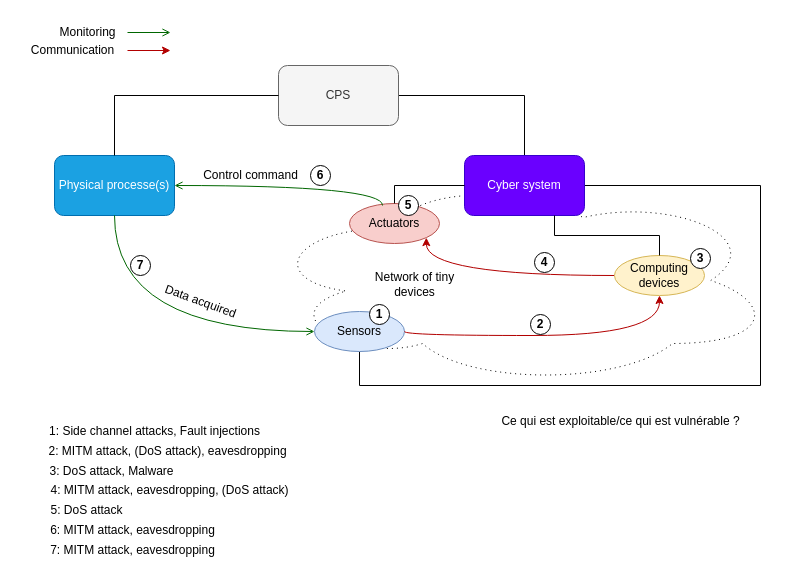
Zo-ey/lcis-internship keeps this draw.io diagram as page "Page-2" (2 of 2) of Documents/schemas/mind_map-cps.drawio. Above is the earlier version. Source tidied: cells renumbered, new cells numbered last; positions are measured from the earlier drawing's top-left corner, leaving out a move shared by most shapes. Both pictures are drawn from the tidied source at 100%, with x=0, y=0 at pixel (17, 17).
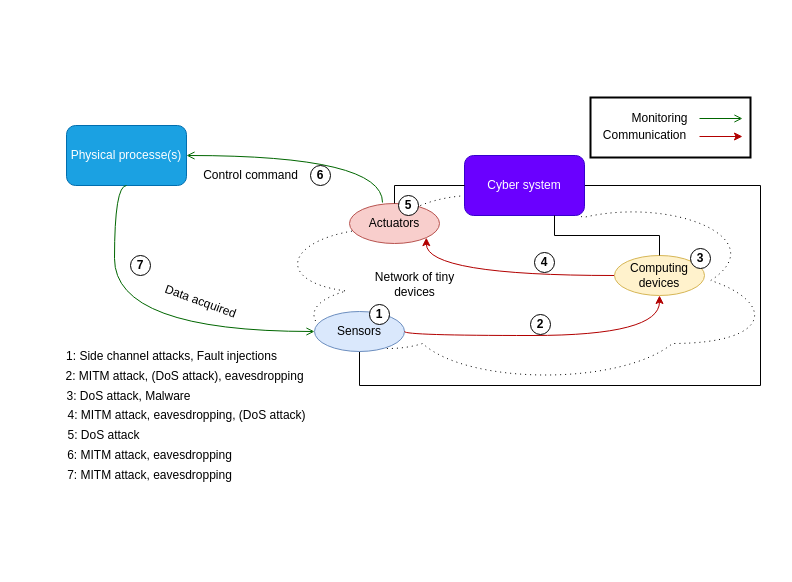
The same diagram, later.

The change refers to these unchanged cells:
```xml
<mxCell id="9" value="Cyber system" style="whiteSpace=wrap;html=1;fillColor=#6a00ff;strokeColor=#3700CC;rounded=1;fontColor=#ffffff;" parent="1" vertex="1">
  <mxGeometry x="447" y="138" width="120" height="60" as="geometry" />
</mxCell>
<mxCell id="11" value="Actuators" style="ellipse;whiteSpace=wrap;html=1;fillColor=#f8cecc;strokeColor=#b85450;rounded=1;" parent="1" vertex="1">
  <mxGeometry x="332" y="186" width="90" height="40" as="geometry" />
</mxCell>
```

What changed in the source:
```diff
@@
+    <mxCell id="40" style="rounded=0;whiteSpace=wrap;html=1;strokeWidth=2;" parent="1" vertex="1">
+      <mxGeometry x="573" y="80" width="160" height="60" as="geometry" />
+    </mxCell>
@@
-    <mxCell id="4" style="rounded=0;jettySize=auto;html=1;endArrow=none;endFill=0;" parent="1" edge="1" source="5" target="9">
-      <mxGeometry relative="1" as="geometry">
-        <Array as="points">
-          <mxPoint x="507" y="78" />
-        </Array>
-      </mxGeometry>
-    </mxCell>
-    <mxCell id="5" value="CPS" style="rounded=1;whiteSpace=wrap;html=1;fillColor=#f5f5f5;fontColor=#333333;strokeColor=#666666;" parent="1" vertex="1">
-      <mxGeometry x="261" y="48" width="120" height="60" as="geometry" />
-    </mxCell>
     <mxCell id="6" value="Physical processe(s)" style="rounded=1;whiteSpace=wrap;html=1;fillColor=#1ba1e2;strokeColor=#006EAF;fontColor=#ffffff;" parent="1" vertex="1">
-      <mxGeometry x="37" y="138" width="120" height="60" as="geometry" />
+      <mxGeometry x="49" y="108" width="120" height="60" as="geometry" />
     </mxCell>
-    <mxCell id="7" style="endArrow=none;html=1;rounded=0;entryX=0;entryY=0.5;entryDx=0;entryDy=0;exitX=0.5;exitY=0;exitDx=0;exitDy=0;" parent="1" edge="1" source="6" target="5">
-      <mxGeometry relative="1" as="geometry">
-        <Array as="points">
-          <mxPoint x="97" y="78" />
-        </Array>
-      </mxGeometry>
-    </mxCell>
@@
-    <mxCell id="15" style="edgeStyle=orthogonalEdgeStyle;rounded=0;jettySize=auto;html=1;endArrow=open;endFill=0;fillColor=#e51400;strokeColor=#006600;curved=1;entryX=1;entryY=0.5;entryDx=0;entryDy=0;exitX=0.367;exitY=0.05;exitDx=0;exitDy=0;exitPerimeter=0;" parent="1" edge="1" source="11" target="6">
+    <mxCell id="15" style="edgeStyle=orthogonalEdgeStyle;rounded=0;jettySize=auto;html=1;endArrow=open;endFill=0;fillColor=#e51400;strokeColor=#006600;curved=1;entryX=1;entryY=0.5;entryDx=0;entryDy=0;exitX=0.367;exitY=-0.025;exitDx=0;exitDy=0;exitPerimeter=0;" parent="1" edge="1" source="11" target="6">
       <mxGeometry relative="1" as="geometry">
         <Array as="points">
-          <mxPoint x="366" y="168" />
+          <mxPoint x="365" y="138" />
         </Array>
       </mxGeometry>
     </mxCell>
@@
     <mxCell id="20" value="Monitoring" style="text;html=1;align=center;verticalAlign=middle;points=[];strokeColor=none;fillColor=none;rotation=0;" parent="1" vertex="1">
-      <mxGeometry x="30" width="80" height="30" as="geometry" />
+      <mxGeometry x="602" y="86" width="80" height="30" as="geometry" />
     </mxCell>
     <mxCell id="21" value="Communication" style="text;html=1;align=center;verticalAlign=middle;points=[];strokeColor=none;fillColor=none;" parent="1" vertex="1">
-      <mxGeometry y="18" width="110" height="30" as="geometry" />
+      <mxGeometry x="572" y="103" width="110" height="30" as="geometry" />
     </mxCell>
@@
     <mxCell id="23" style="rounded=0;jettySize=auto;html=1;endArrow=open;endFill=0;fillColor=#e51400;strokeColor=#006600;" parent="1" edge="1" source="20">
       <mxGeometry relative="1" as="geometry">
-        <mxPoint x="153" y="15" as="targetPoint" />
+        <mxPoint x="725" y="101" as="targetPoint" />
       </mxGeometry>
     </mxCell>
-    <mxCell id="24" style="rounded=0;jettySize=auto;html=1;endArrow=classic;endFill=1;fillColor=#e51400;strokeColor=#B20000;" parent="1" edge="1" source="21">
+    <mxCell id="24" style="rounded=0;orthogonalLoop=1;jettySize=auto;html=1;endArrow=classic;endFill=1;fillColor=#e51400;strokeColor=#B20000;" parent="1" edge="1">
       <mxGeometry relative="1" as="geometry">
-        <mxPoint x="153" y="33" as="targetPoint" />
+        <mxPoint x="682" y="119" as="sourcePoint" />
+        <mxPoint x="725" y="119" as="targetPoint" />
       </mxGeometry>
     </mxCell>
@@
     <mxCell id="31" value="1: Side channel attacks, Fault injections" style="text;html=1;align=center;verticalAlign=middle;strokeColor=none;fillColor=none;" parent="1" vertex="1">
-      <mxGeometry x="22" y="399" width="230" height="30" as="geometry" />
+      <mxGeometry x="39" y="324" width="230" height="30" as="geometry" />
     </mxCell>
@@
     <mxCell id="33" value="2: MITM attack, (DoS attack), eavesdropping" style="text;html=1;align=center;verticalAlign=middle;strokeColor=none;fillColor=none;" parent="1" vertex="1">
-      <mxGeometry x="20" y="419" width="260" height="30" as="geometry" />
+      <mxGeometry x="37" y="344" width="260" height="30" as="geometry" />
     </mxCell>
     <mxCell id="34" value="3: DoS attack, Malware" style="text;html=1;align=center;verticalAlign=middle;strokeColor=none;fillColor=none;" parent="1" vertex="1">
-      <mxGeometry x="19" y="439" width="150" height="30" as="geometry" />
+      <mxGeometry x="36" y="364" width="150" height="30" as="geometry" />
     </mxCell>
     <mxCell id="35" value="4: MITM attack, eavesdropping, (DoS attack)" style="text;html=1;align=center;verticalAlign=middle;strokeColor=none;fillColor=none;" parent="1" vertex="1">
-      <mxGeometry x="22" y="458" width="260" height="30" as="geometry" />
+      <mxGeometry x="39" y="383" width="260" height="30" as="geometry" />
     </mxCell>
     <mxCell id="36" value="5: DoS attack" style="text;html=1;align=center;verticalAlign=middle;strokeColor=none;fillColor=none;" parent="1" vertex="1">
-      <mxGeometry x="19" y="478" width="100" height="30" as="geometry" />
+      <mxGeometry x="36" y="403" width="100" height="30" as="geometry" />
     </mxCell>
     <mxCell id="37" value="6: MITM attack, eavesdropping" style="text;html=1;align=center;verticalAlign=middle;strokeColor=none;fillColor=none;" parent="1" vertex="1">
-      <mxGeometry x="20" y="498" width="190" height="30" as="geometry" />
+      <mxGeometry x="37" y="423" width="190" height="30" as="geometry" />
     </mxCell>
     <mxCell id="38" value="7: MITM attack, eavesdropping" style="text;html=1;align=center;verticalAlign=middle;strokeColor=none;fillColor=none;" parent="1" vertex="1">
-      <mxGeometry x="20" y="518" width="190" height="30" as="geometry" />
+      <mxGeometry x="37" y="443" width="190" height="30" as="geometry" />
     </mxCell>
-    <mxCell id="39" value="Ce qui est exploitable/ce qui est vulnérable ?" style="text;html=1;align=center;verticalAlign=middle;strokeColor=none;fillColor=none;" parent="1" vertex="1">
-      <mxGeometry x="473" y="389" width="260" height="30" as="geometry" />
-    </mxCell>
```
